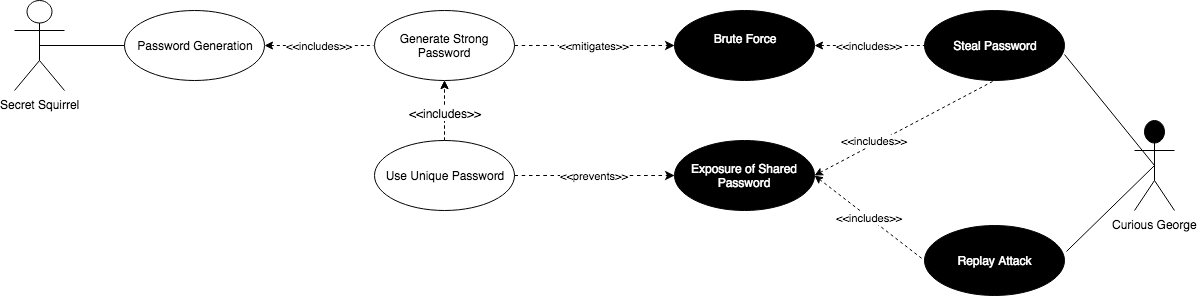
Above: Images/Use Cases-Passwords.png in sdfrench/CYBR8420-GotRoot (draw.io), before the change. Source tidied: cells renumbered, new cells last; positions are measured from the earlier drawing's top-left corner, leaving out a move shared by most shapes.
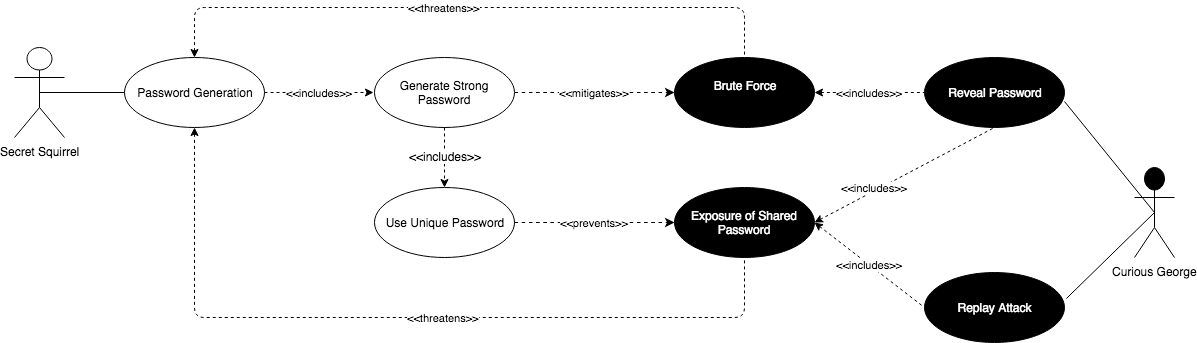
After the commit.

What changed in the source:
```diff
@@ -14,7 +14,7 @@
     <mxCell id="5" value="&amp;lt;&amp;lt;mitigates&amp;gt;&amp;gt;" style="html=1;jettySize=18;fontSize=11;strokeOpacity=100;dashed=1;strokeWidth=1.2;rounded=1;arcSize=10;startArrow=none;endArrow=classic;entryX=0;entryY=0.5;entryDx=0;entryDy=0;endFill=1;startFill=0;exitX=1;exitY=0.5;exitDx=0;exitDy=0;" parent="1" edge="1" source="7" target="12">
       <mxGeometry relative="1" as="geometry" />
     </mxCell>
-    <mxCell id="6" value="&amp;lt;&amp;lt;includes&amp;gt;&amp;gt;" style="edgeStyle=none;rounded=1;jettySize=auto;html=1;dashed=1;startArrow=classic;startFill=1;endArrow=none;endFill=0;fontColor=#000000;exitX=1;exitY=0.5;exitDx=0;exitDy=0;" parent="1" edge="1" source="2">
+    <mxCell id="6" value="&amp;lt;&amp;lt;includes&amp;gt;&amp;gt;" style="edgeStyle=none;rounded=1;jettySize=auto;html=1;dashed=1;startArrow=none;startFill=0;endArrow=classic;endFill=1;fontColor=#000000;exitX=1;exitY=0.5;exitDx=0;exitDy=0;" parent="1" edge="1" source="2">
       <mxGeometry relative="1" as="geometry">
         <mxPoint x="359" y="45" as="targetPoint" />
       </mxGeometry>
@@ -22,10 +22,7 @@
     <mxCell id="7" value="Generate Strong Password" style="ellipse;whiteSpace=wrap;html=1;" parent="1" vertex="1">
       <mxGeometry x="360" y="10" width="140" height="70" as="geometry" />
     </mxCell>
-    <mxCell id="8" style="edgeStyle=none;rounded=1;jettySize=auto;html=1;dashed=1;startArrow=none;startFill=0;endArrow=classic;endFill=1;fontColor=#000000;" parent="1" edge="1" source="11" target="7">
-      <mxGeometry relative="1" as="geometry" />
-    </mxCell>
-    <mxCell id="9" style="edgeStyle=none;rounded=1;jettySize=auto;html=1;dashed=1;startArrow=none;startFill=0;endArrow=classic;endFill=1;fontColor=#000000;" parent="1" edge="1" source="11" target="7">
+    <mxCell id="9" style="edgeStyle=none;rounded=1;jettySize=auto;html=1;dashed=1;startArrow=none;startFill=0;endArrow=classic;endFill=1;fontColor=#000000;exitX=0.5;exitY=1;exitDx=0;exitDy=0;entryX=0.5;entryY=0;entryDx=0;entryDy=0;" parent="1" edge="1" source="7" target="11">
       <mxGeometry relative="1" as="geometry" />
     </mxCell>
     <mxCell id="10" value="&amp;lt;&amp;lt;includes&amp;gt;&amp;gt;" style="text;html=1;align=center;verticalAlign=middle;labelBackgroundColor=#ffffff;" parent="9" vertex="1">
@@ -37,7 +34,7 @@
     <mxCell id="12" value="&lt;div&gt;Brute Force&lt;/div&gt;&lt;div&gt;&lt;br&gt;&lt;/div&gt;" style="ellipse;whiteSpace=wrap;html=1;fillColor=#000000;fontColor=#FFFFFF;" parent="1" vertex="1">
       <mxGeometry x="660" y="10" width="140" height="70" as="geometry" />
     </mxCell>
-    <mxCell id="13" value="Steal Password" style="ellipse;whiteSpace=wrap;html=1;fillColor=#000000;fontColor=#FFFFFF;" parent="1" vertex="1">
+    <mxCell id="13" value="Reveal Password" style="ellipse;whiteSpace=wrap;html=1;fillColor=#000000;fontColor=#FFFFFF;" parent="1" vertex="1">
       <mxGeometry x="910" y="10" width="140" height="70" as="geometry" />
     </mxCell>
     <mxCell id="14" value="Replay Attack" style="ellipse;whiteSpace=wrap;html=1;fillColor=#000000;fontColor=#FFFFFF;" parent="1" vertex="1">
@@ -67,5 +64,21 @@
     <mxCell id="22" value="&amp;lt;&amp;lt;includes&amp;gt;&amp;gt;" style="edgeStyle=none;rounded=1;jettySize=auto;html=1;dashed=1;startArrow=classic;startFill=1;endArrow=none;endFill=0;fontColor=#000000;entryX=0;entryY=0.5;entryDx=0;entryDy=0;exitX=1;exitY=0.5;exitDx=0;exitDy=0;" parent="1" edge="1" source="20" target="14">
       <mxGeometry relative="1" as="geometry" />
     </mxCell>
+    <mxCell id="23" value="&amp;lt;&amp;lt;threatens&amp;gt;&amp;gt;" style="edgeStyle=orthogonalEdgeStyle;rounded=1;jettySize=auto;html=1;dashed=1;startArrow=classic;startFill=1;endArrow=none;endFill=0;fontColor=#000000;entryX=0.5;entryY=0;entryDx=0;entryDy=0;exitX=0.5;exitY=0;exitDx=0;exitDy=0;" parent="1" edge="1" source="2" target="12">
+      <mxGeometry x="-0.08" relative="1" as="geometry">
+        <Array as="points">
+          <mxPoint x="180" y="-40" />
+          <mxPoint x="730" y="-40" />
+        </Array>
+      </mxGeometry>
+    </mxCell>
+    <mxCell id="24" value="&amp;lt;&amp;lt;threatens&amp;gt;&amp;gt;" style="edgeStyle=orthogonalEdgeStyle;rounded=1;jettySize=auto;html=1;dashed=1;startArrow=classic;startFill=1;endArrow=none;endFill=0;fontColor=#000000;entryX=0.5;entryY=1;entryDx=0;entryDy=0;exitX=0.5;exitY=1;exitDx=0;exitDy=0;" parent="1" edge="1" source="2" target="20">
+      <mxGeometry x="0.1" relative="1" as="geometry">
+        <Array as="points">
+          <mxPoint x="180" y="270" />
+          <mxPoint x="730" y="270" />
+        </Array>
+      </mxGeometry>
+    </mxCell>
   </root>
 </mxGraphModel>
```
